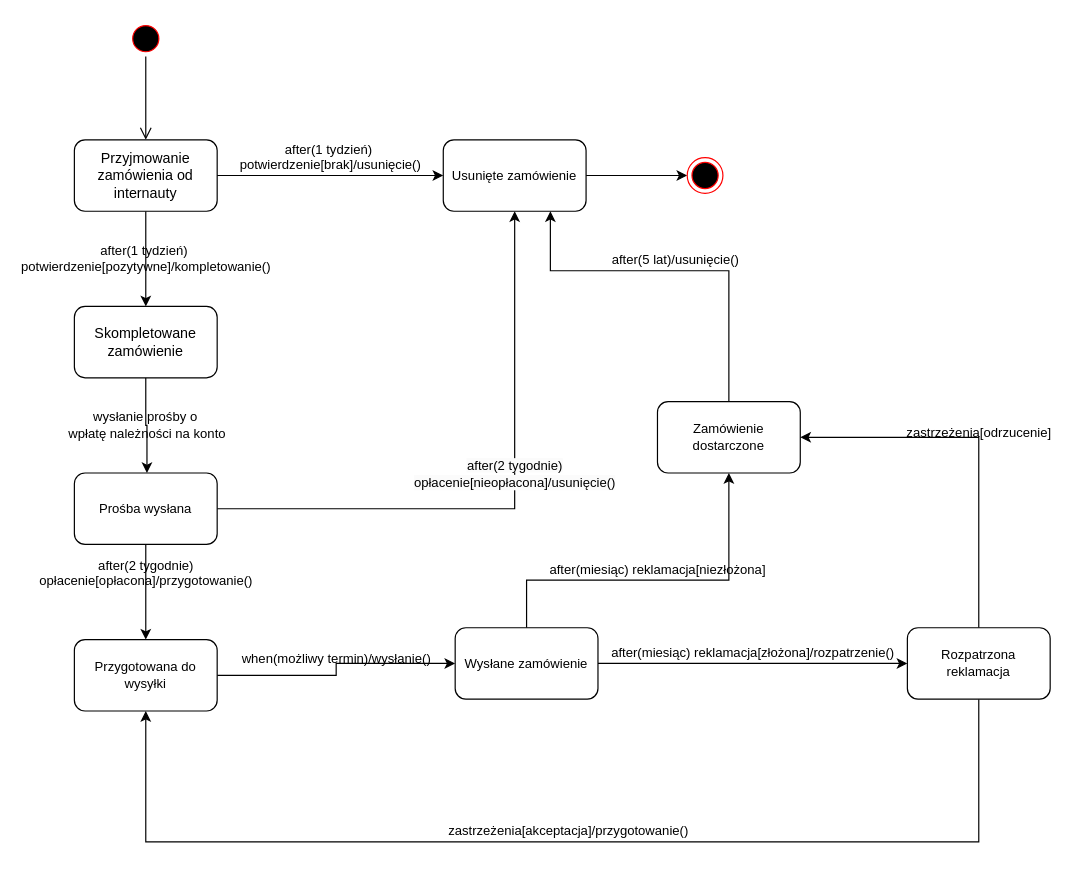
Above: Diagram stanów wejściówka.drawio in Dziecky/UML (draw.io), before the change. Source tidied: cells renumbered, new cells numbered last; positions are measured from the earlier drawing's top-left corner, leaving out a move shared by most shapes. Both pictures are drawn from the tidied source at 119%, with x=0, y=0 at pixel (74, 20).
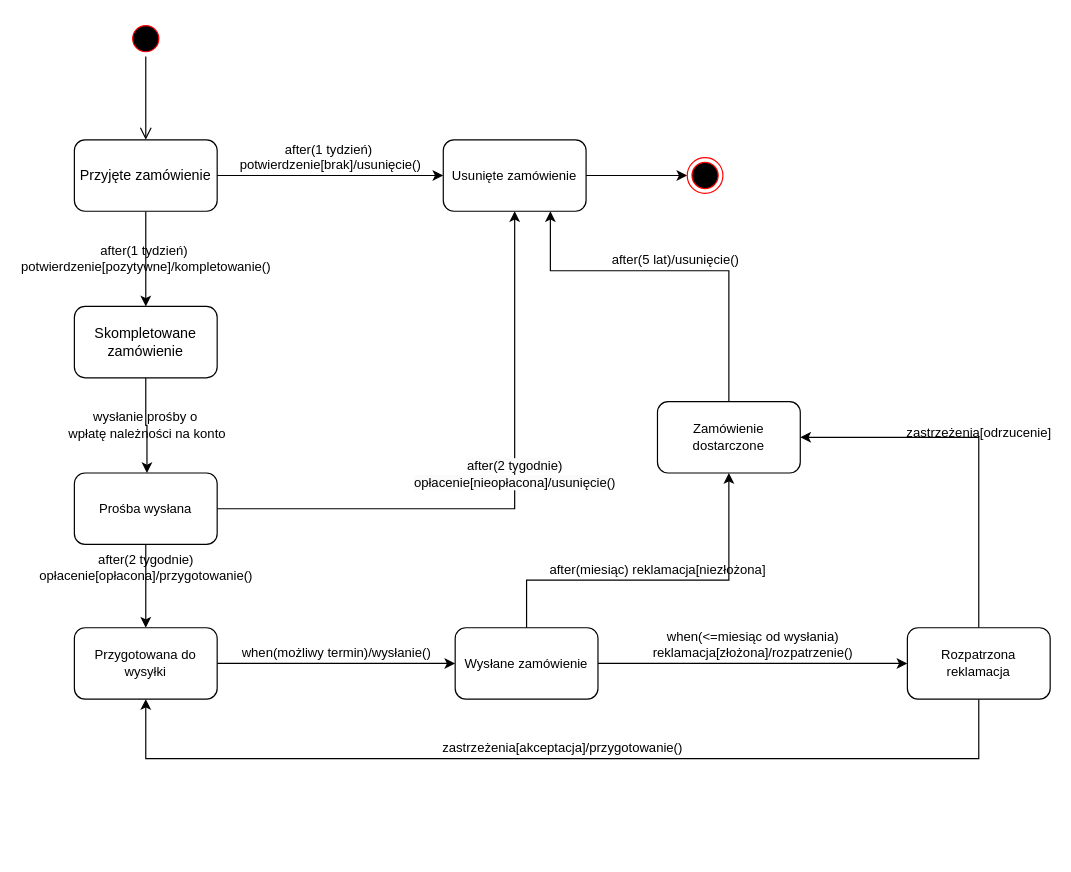
The same page after the edit.

The change refers to these unchanged cells:
```xml
<mxCell id="19" value="Wysłane zamówienie" style="rounded=1;whiteSpace=wrap;html=1;fontFamily=Helvetica;fontSize=11;fontColor=default;labelBackgroundColor=none;" parent="1" vertex="1">
  <mxGeometry x="320" y="510" width="120" height="60" as="geometry" />
</mxCell>
<mxCell id="24" value="Rozpatrzona reklamacja" style="rounded=1;whiteSpace=wrap;html=1;fontFamily=Helvetica;fontSize=11;fontColor=default;labelBackgroundColor=none;" parent="1" vertex="1">
  <mxGeometry x="700" y="510" width="120" height="60" as="geometry" />
</mxCell>
```

The edit, as a diff of the source:
```diff
@@
-    <mxCell id="5" value="Przyjmowanie zamówienia od internauty" style="rounded=1;whiteSpace=wrap;html=1;" parent="1" vertex="1">
+    <mxCell id="5" value="Przyjęte zamówienie" style="rounded=1;whiteSpace=wrap;html=1;" parent="1" vertex="1">
       <mxGeometry y="100" width="120" height="60" as="geometry" />
     </mxCell>
@@
     <mxCell id="13" value="Przygotowana do wysyłki" style="rounded=1;whiteSpace=wrap;html=1;fontFamily=Helvetica;fontSize=11;fontColor=default;labelBackgroundColor=none;" parent="1" vertex="1">
-      <mxGeometry y="520" width="120" height="60" as="geometry" />
+      <mxGeometry y="510" width="120" height="60" as="geometry" />
     </mxCell>
@@
-    <mxCell id="17" value="after(miesiąc) reklamacja[złożona]/rozpatrzenie()" style="edgeStyle=orthogonalEdgeStyle;rounded=0;jettySize=auto;html=1;strokeColor=default;align=center;verticalAlign=bottom;fontFamily=Helvetica;fontSize=11;fontColor=default;labelBackgroundColor=none;endArrow=classic;" parent="1" edge="1" source="19" target="24">
+    <mxCell id="17" value="when(&amp;lt;=miesiąc od wysłania)&lt;div&gt;reklamacja[złożona]/rozpatrzenie()&lt;/div&gt;" style="edgeStyle=orthogonalEdgeStyle;rounded=0;jettySize=auto;html=1;strokeColor=default;align=center;verticalAlign=bottom;fontFamily=Helvetica;fontSize=11;fontColor=default;labelBackgroundColor=none;endArrow=classic;" parent="1" edge="1" source="19" target="24">
       <mxGeometry relative="1" as="geometry" />
     </mxCell>
@@
     <mxCell id="22" value="zastrzeżenia[akceptacja]/przygotowanie()" style="edgeStyle=orthogonalEdgeStyle;rounded=0;jettySize=auto;html=1;strokeColor=default;align=center;verticalAlign=bottom;fontFamily=Helvetica;fontSize=11;fontColor=default;labelBackgroundColor=none;endArrow=classic;exitX=0.5;exitY=1;exitDx=0;exitDy=0;" parent="1" edge="1" source="24" target="13">
       <mxGeometry relative="1" as="geometry">
         <Array as="points">
-          <mxPoint x="760" y="690" />
-          <mxPoint x="60" y="690" />
+          <mxPoint x="760" y="620" />
+          <mxPoint x="60" y="620" />
         </Array>
       </mxGeometry>
     </mxCell>
```
